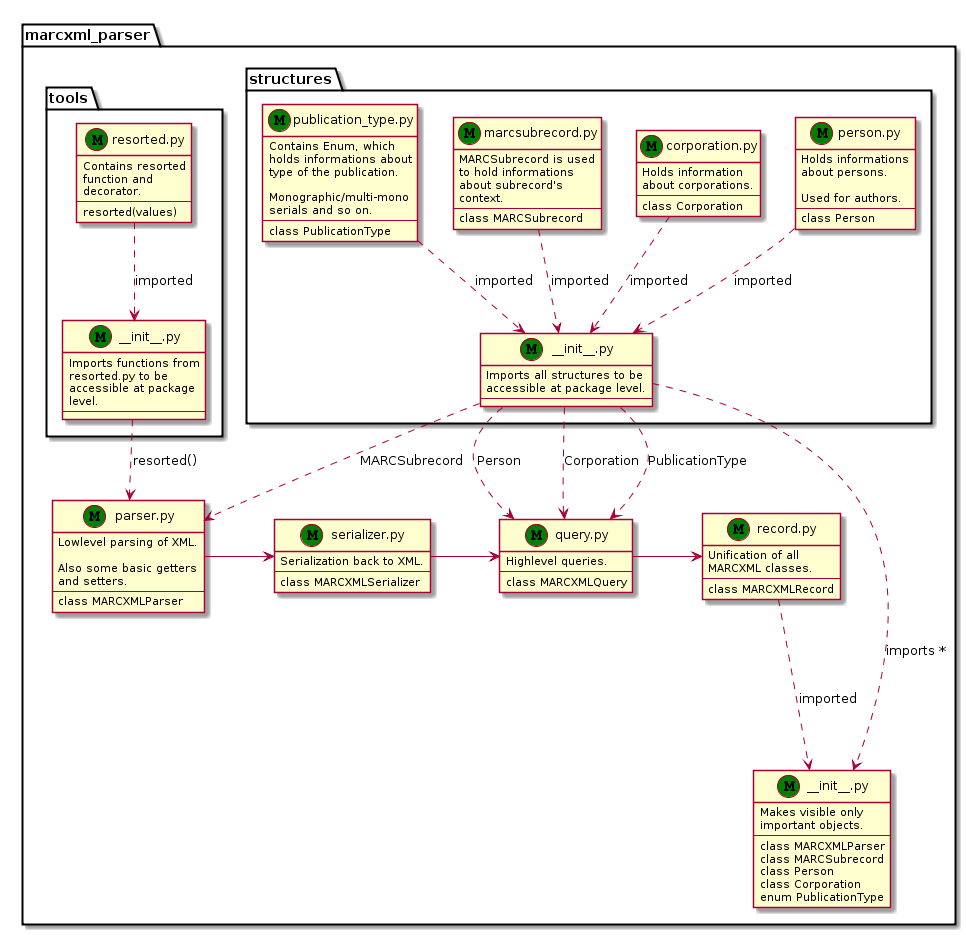
Earlier version of the PlantUML export docs/_static/relations.png (edeposit/marcxml_parser).
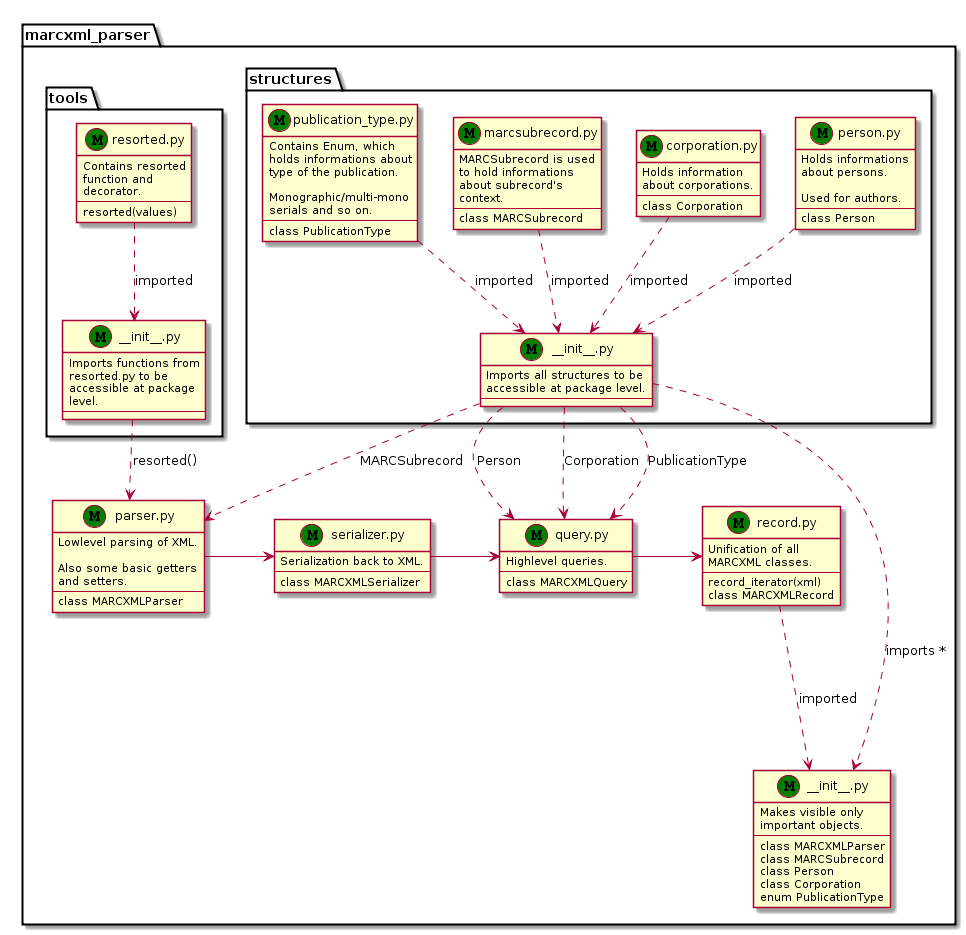
After the commit.

Diff of the diagram source:
```diff
@@ -86,6 +86,7 @@
         Unification of all
         MARCXML classes.
         ---
+        record_iterator(xml)
         class MARCXMLRecord
     }
     class init as "_?_init__.py" <<M, Green>> {
```
